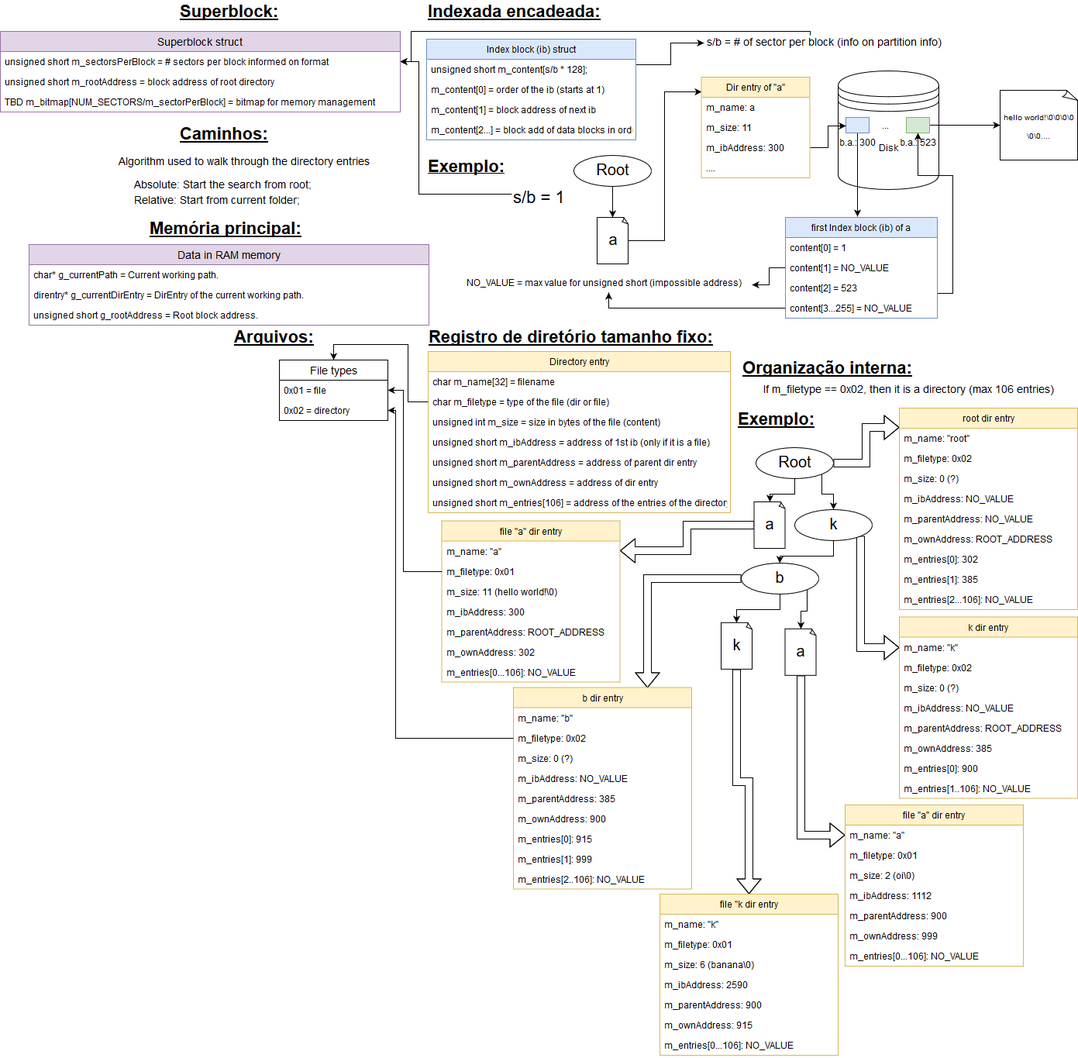
azhow/SISOPI-T2FS keeps this draw.io diagram as arquitetura.png. Above is the earlier version. Source tidied: cells renumbered, new cells last; positions are measured from the earlier drawing's top-left corner, leaving out a move shared by most shapes.
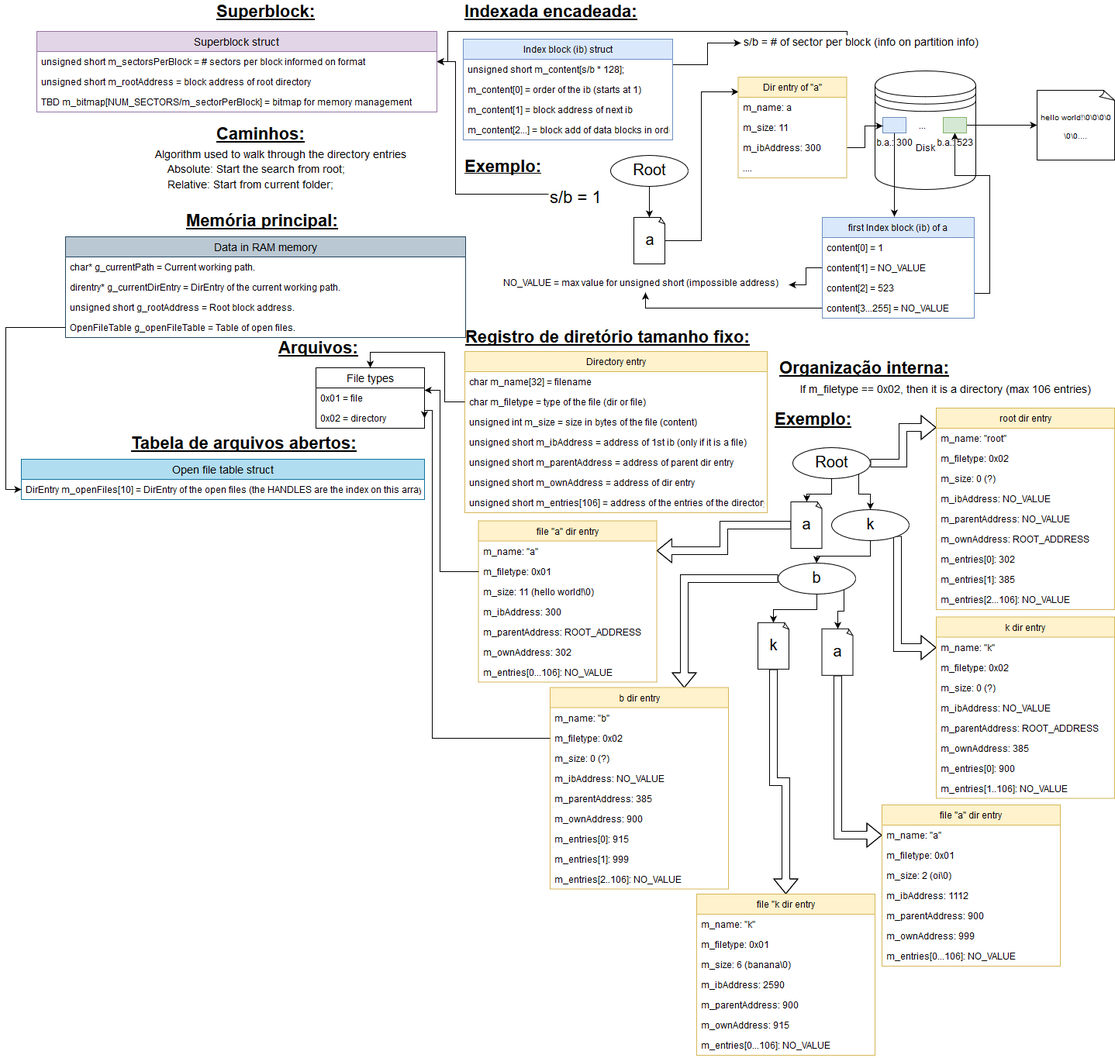
After the commit.

Commit message:
added openFileTable to diagram

Change to the diagram source:
```diff
@@ -378,10 +378,10 @@
       <mxGeometry y="182" width="230" height="26" as="geometry" />
     </mxCell>
     <mxCell id="122" value="&lt;div style=&quot;font-size: 22px&quot;&gt;&lt;u&gt;&lt;b&gt;&lt;font style=&quot;font-size: 22px&quot;&gt;Arquivos:&lt;/font&gt;&lt;/b&gt;&lt;/u&gt;&lt;/div&gt;" style="text;html=1;align=left;verticalAlign=top;spacingTop=-4;" parent="1" vertex="1">
-      <mxGeometry x="300" y="420" width="120" height="20" as="geometry" />
+      <mxGeometry x="310" y="434" width="120" height="20" as="geometry" />
     </mxCell>
     <mxCell id="123" value="File types" style="swimlane;fontStyle=0;horizontal=1;startSize=26;fillColor=none;rounded=0;shadow=0;glass=0;comic=0;fontSize=14;" parent="1" vertex="1">
-      <mxGeometry x="360" y="464" width="140" height="78" as="geometry" />
+      <mxGeometry x="360" y="474" width="140" height="78" as="geometry" />
     </mxCell>
     <mxCell id="124" value="0x01 = file" style="text;strokeColor=none;fillColor=none;align=left;verticalAlign=top;spacingLeft=4;spacingRight=4;overflow=hidden;points=[[0,0.5],[1,0.5]];portConstraint=eastwest;" parent="123" vertex="1">
       <mxGeometry y="26" width="140" height="26" as="geometry" />
@@ -427,19 +427,19 @@
       <mxGeometry x="230" y="157.5" width="130" height="20" as="geometry" />
     </mxCell>
     <mxCell id="135" value="Algorithm used to walk through the directory entries" style="text;html=1;align=left;verticalAlign=top;spacingTop=-4;fontSize=14;" parent="1" vertex="1">
-      <mxGeometry x="151" y="199" width="330" height="20" as="geometry" />
+      <mxGeometry x="151" y="190" width="330" height="20" as="geometry" />
     </mxCell>
     <mxCell id="136" value="Absolute: Start the search from root;" style="text;html=1;align=left;verticalAlign=top;spacingTop=-4;fontSize=14;" parent="1" vertex="1">
-      <mxGeometry x="171" y="229" width="240" height="20" as="geometry" />
+      <mxGeometry x="167" y="209" width="240" height="20" as="geometry" />
     </mxCell>
     <mxCell id="137" value="Relative: Start from current folder;" style="text;html=1;align=left;verticalAlign=top;spacingTop=-4;fontSize=14;" parent="1" vertex="1">
-      <mxGeometry x="171" y="249" width="230" height="20" as="geometry" />
+      <mxGeometry x="167" y="229" width="230" height="20" as="geometry" />
     </mxCell>
     <mxCell id="138" value="&lt;div style=&quot;font-size: 22px&quot;&gt;&lt;u&gt;&lt;b&gt;&lt;font style=&quot;font-size: 22px&quot;&gt;Memória principal:&lt;/font&gt;&lt;/b&gt;&lt;/u&gt;&lt;/div&gt;" style="text;html=1;align=left;verticalAlign=top;spacingTop=-4;" parent="1" vertex="1">
-      <mxGeometry x="191" y="280" width="210" height="20" as="geometry" />
+      <mxGeometry x="191" y="270" width="210" height="20" as="geometry" />
     </mxCell>
-    <mxCell id="139" value="Data in RAM memory" style="swimlane;fontStyle=0;horizontal=1;startSize=26;fillColor=#e1d5e7;rounded=0;shadow=0;glass=0;comic=0;fontSize=14;strokeColor=#9673a6;" parent="1" vertex="1">
-      <mxGeometry x="37" y="315" width="516" height="104" as="geometry" />
+    <mxCell id="139" value="Data in RAM memory" style="swimlane;fontStyle=0;horizontal=1;startSize=26;fillColor=#bac8d3;rounded=0;shadow=0;glass=0;comic=0;fontSize=14;strokeColor=#23445d;" parent="1" vertex="1">
+      <mxGeometry x="37" y="305" width="516" height="130" as="geometry" />
     </mxCell>
     <mxCell id="140" value="char* g_currentPath = Current working path." style="text;strokeColor=none;fillColor=none;align=left;verticalAlign=top;spacingLeft=4;spacingRight=4;overflow=hidden;" parent="139" vertex="1">
       <mxGeometry y="26" width="516" height="26" as="geometry" />
@@ -450,5 +450,20 @@
     <mxCell id="142" value="unsigned short g_rootAddress = Root block address." style="text;strokeColor=none;fillColor=none;align=left;verticalAlign=top;spacingLeft=4;spacingRight=4;overflow=hidden;" parent="139" vertex="1">
       <mxGeometry y="78" width="516" height="26" as="geometry" />
     </mxCell>
+    <mxCell id="143" value="OpenFileTable g_openFileTable = Table of open files." style="text;strokeColor=none;fillColor=none;align=left;verticalAlign=top;spacingLeft=4;spacingRight=4;overflow=hidden;points=[[0,0.5],[1,0.5]];portConstraint=eastwest;" parent="139" vertex="1">
+      <mxGeometry y="104" width="516" height="26" as="geometry" />
+    </mxCell>
+    <mxCell id="144" value="&lt;div style=&quot;font-size: 22px&quot;&gt;&lt;u&gt;&lt;b&gt;&lt;font style=&quot;font-size: 22px&quot;&gt;Tabela de arquivos abertos:&lt;/font&gt;&lt;/b&gt;&lt;/u&gt;&lt;/div&gt;" style="text;html=1;align=left;verticalAlign=top;spacingTop=-4;" parent="1" vertex="1">
+      <mxGeometry x="120" y="557" width="310" height="20" as="geometry" />
+    </mxCell>
+    <mxCell id="145" value="Open file table struct" style="swimlane;fontStyle=0;horizontal=1;startSize=26;fillColor=#b1ddf0;rounded=0;shadow=0;glass=0;comic=0;fontSize=14;strokeColor=#10739e;" parent="1" vertex="1">
+      <mxGeometry x="-20" y="592" width="520" height="52" as="geometry" />
+    </mxCell>
+    <mxCell id="146" value="DirEntry m_openFiles[10] = DirEntry of the open files (the HANDLES are the index on this array)" style="text;strokeColor=none;fillColor=none;align=left;verticalAlign=top;spacingLeft=4;spacingRight=4;overflow=hidden;points=[[0,0.5],[1,0.5]];portConstraint=eastwest;" parent="145" vertex="1">
+      <mxGeometry y="26" width="520" height="26" as="geometry" />
+    </mxCell>
+    <mxCell id="147" style="edgeStyle=orthogonalEdgeStyle;rounded=0;jettySize=auto;html=1;exitX=0;exitY=0.5;exitDx=0;exitDy=0;entryX=0;entryY=0.5;entryDx=0;entryDy=0;fontSize=14;" parent="1" edge="1" source="143" target="146">
+      <mxGeometry relative="1" as="geometry" />
+    </mxCell>
   </root>
 </mxGraphModel>
```
